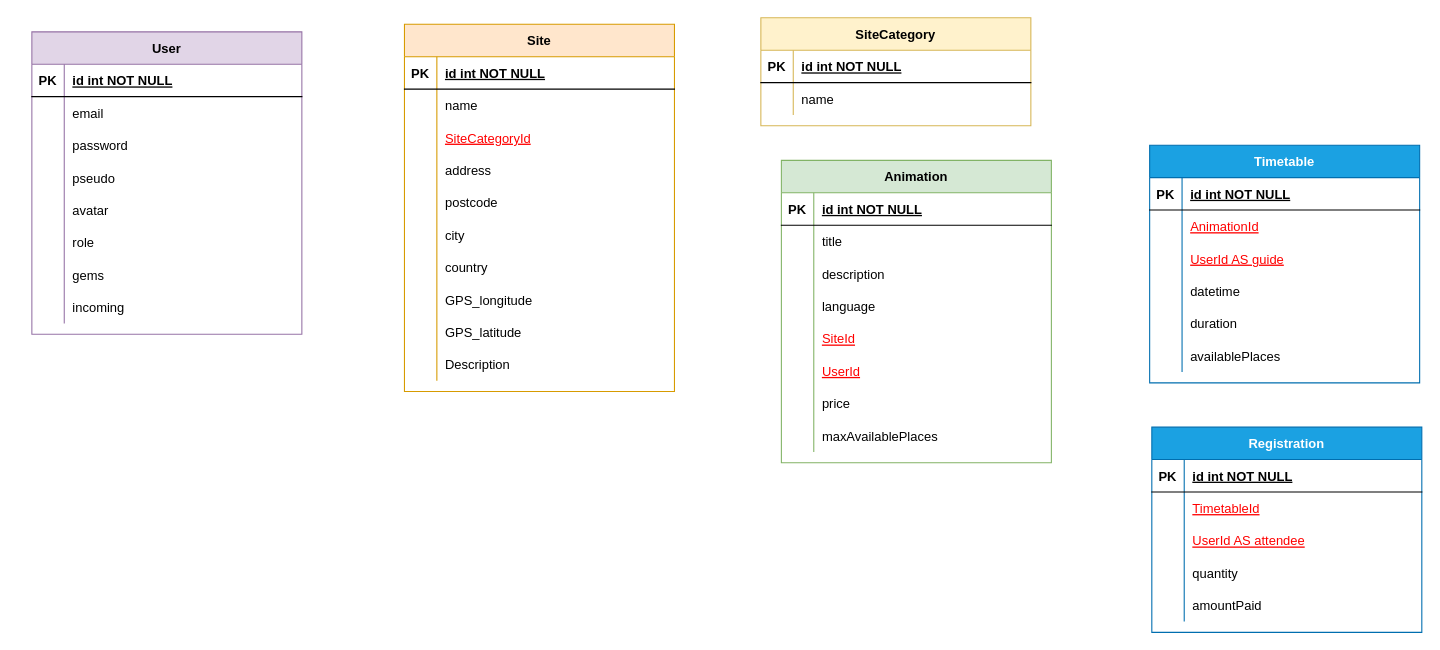
Before: ressources/Untitled Diagram.drawio in DuboisCecile/Checkpoint-4-front, a draw.io diagram. Source tidied: cells renumbered, new cells numbered last; positions are measured from the earlier drawing's top-left corner, leaving out a move shared by most shapes. Both pictures are drawn from the tidied source at 108%, with x=0, y=0 at pixel (31, 17).
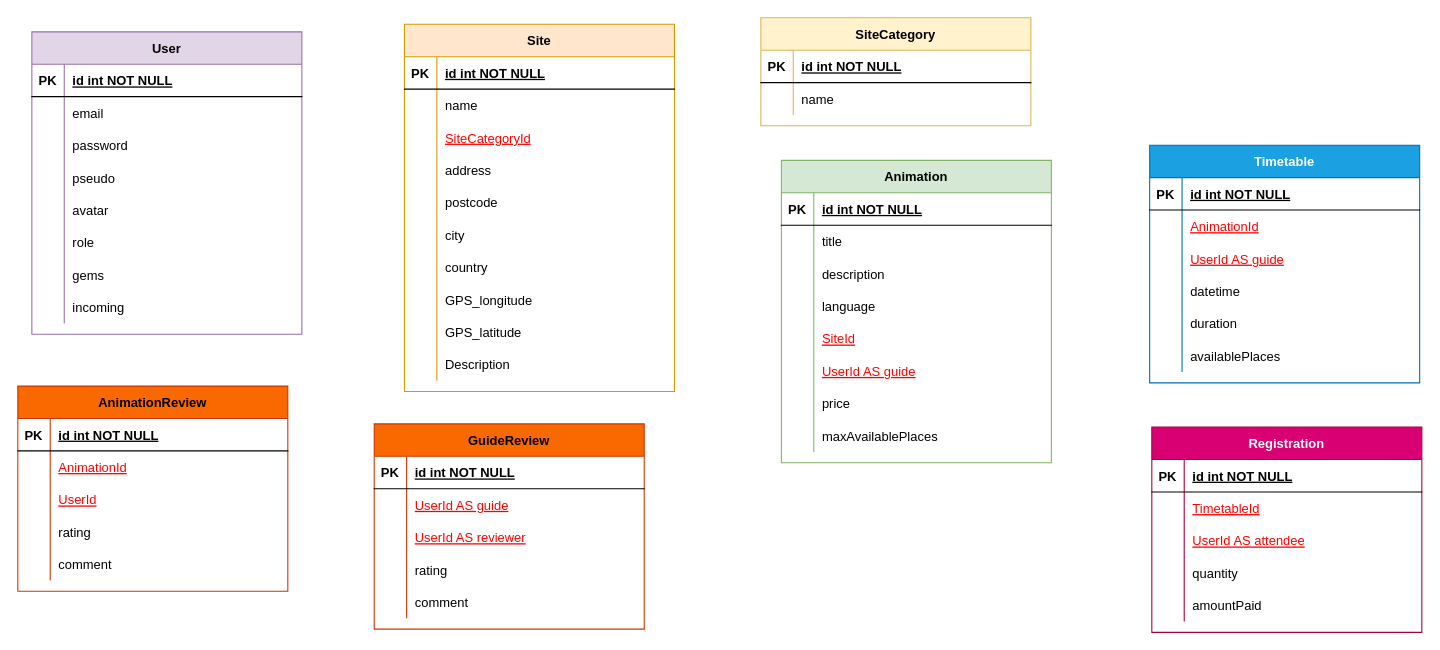
The same page after the edit.

Commit message:
Added reviews tables

Unchanged cells that the change refers to:
```xml
<mxCell id="81" style="shape=partialRectangle;fillColor=none;top=0;left=0;bottom=0;right=0;" parent="65" vertex="1">
  <mxGeometry y="180" width="250" height="30" as="geometry" />
</mxCell>
```

Diff of the diagram source:
```diff
@@
-    <mxCell id="83" value="UserId" style="shape=partialRectangle;fillColor=none;top=0;left=0;bottom=0;right=0;align=left;spacingLeft=6;overflow=hidden;fontStyle=4;fontColor=#FF0000;" parent="81" vertex="1">
+    <mxCell id="83" value="UserId AS guide" style="shape=partialRectangle;fillColor=none;top=0;left=0;bottom=0;right=0;align=left;spacingLeft=6;overflow=hidden;fontStyle=4;fontColor=#FF0000;" parent="81" vertex="1">
       <mxGeometry x="30" width="220" height="30" as="geometry" />
     </mxCell>
@@
-    <mxCell id="109" value="Registration" style="shape=table;startSize=30;childLayout=tableLayout;rowLines=0;fontStyle=1;align=center;fillColor=#1ba1e2;strokeColor=#006EAF;fontColor=#ffffff;" parent="1" vertex="1">
+    <mxCell id="109" value="Registration" style="shape=table;startSize=30;childLayout=tableLayout;rowLines=0;fontStyle=1;align=center;fillColor=#d80073;strokeColor=#A50040;fontColor=#ffffff;" parent="1" vertex="1">
       <mxGeometry x="1037" y="379" width="250" height="190" as="geometry" />
     </mxCell>
@@
+    <mxCell id="125" value="AnimationReview" style="shape=table;startSize=30;childLayout=tableLayout;rowLines=0;fontStyle=1;align=center;fillColor=#fa6800;strokeColor=#C73500;fontColor=#000000;" parent="1" vertex="1">
+      <mxGeometry x="-13" y="341" width="250" height="190" as="geometry" />
+    </mxCell>
+    <mxCell id="126" style="shape=partialRectangle;fillColor=none;top=0;left=0;right=0;bottom=1;" parent="125" vertex="1">
+      <mxGeometry y="30" width="250" height="30" as="geometry" />
+    </mxCell>
+    <mxCell id="127" value="PK" style="shape=partialRectangle;overflow=hidden;fillColor=none;top=0;left=0;bottom=0;right=0;fontStyle=1;" parent="126" vertex="1">
+      <mxGeometry width="30" height="30" as="geometry" />
+    </mxCell>
+    <mxCell id="128" value="id int NOT NULL " style="shape=partialRectangle;overflow=hidden;fillColor=none;top=0;left=0;bottom=0;right=0;align=left;spacingLeft=6;fontStyle=5;" parent="126" vertex="1">
+      <mxGeometry x="30" width="220" height="30" as="geometry" />
+    </mxCell>
+    <mxCell id="129" style="shape=partialRectangle;fillColor=none;top=0;left=0;bottom=0;right=0;" parent="125" vertex="1">
+      <mxGeometry y="60" width="250" height="30" as="geometry" />
+    </mxCell>
+    <mxCell id="130" style="shape=partialRectangle;fillColor=none;top=0;left=0;bottom=0;right=0;overflow=hidden;" parent="129" vertex="1">
+      <mxGeometry width="30" height="30" as="geometry" />
+    </mxCell>
+    <mxCell id="131" value="AnimationId" style="shape=partialRectangle;fillColor=none;top=0;left=0;bottom=0;right=0;align=left;spacingLeft=6;overflow=hidden;fontStyle=4;fontColor=#FF0000;" parent="129" vertex="1">
+      <mxGeometry x="30" width="220" height="30" as="geometry" />
+    </mxCell>
+    <mxCell id="132" style="shape=partialRectangle;fillColor=none;top=0;left=0;bottom=0;right=0;" parent="125" vertex="1">
+      <mxGeometry y="90" width="250" height="30" as="geometry" />
+    </mxCell>
+    <mxCell id="133" style="shape=partialRectangle;fillColor=none;top=0;left=0;bottom=0;right=0;overflow=hidden;" parent="132" vertex="1">
+      <mxGeometry width="30" height="30" as="geometry" />
+    </mxCell>
+    <mxCell id="134" value="UserId" style="shape=partialRectangle;fillColor=none;top=0;left=0;bottom=0;right=0;align=left;spacingLeft=6;overflow=hidden;fontStyle=4;fontColor=#FF0000;" parent="132" vertex="1">
+      <mxGeometry x="30" width="220" height="30" as="geometry" />
+    </mxCell>
+    <mxCell id="135" style="shape=partialRectangle;fillColor=none;top=0;left=0;bottom=0;right=0;" parent="125" vertex="1">
+      <mxGeometry y="120" width="250" height="30" as="geometry" />
+    </mxCell>
+    <mxCell id="136" style="shape=partialRectangle;fillColor=none;top=0;left=0;bottom=0;right=0;overflow=hidden;" parent="135" vertex="1">
+      <mxGeometry width="30" height="30" as="geometry" />
+    </mxCell>
+    <mxCell id="137" value="rating" style="shape=partialRectangle;fillColor=none;top=0;left=0;bottom=0;right=0;align=left;spacingLeft=6;overflow=hidden;" parent="135" vertex="1">
+      <mxGeometry x="30" width="220" height="30" as="geometry" />
+    </mxCell>
+    <mxCell id="138" style="shape=partialRectangle;fillColor=none;top=0;left=0;bottom=0;right=0;" parent="125" vertex="1">
+      <mxGeometry y="150" width="250" height="30" as="geometry" />
+    </mxCell>
+    <mxCell id="139" style="shape=partialRectangle;fillColor=none;top=0;left=0;bottom=0;right=0;overflow=hidden;" parent="138" vertex="1">
+      <mxGeometry width="30" height="30" as="geometry" />
+    </mxCell>
+    <mxCell id="140" value="comment" style="shape=partialRectangle;fillColor=none;top=0;left=0;bottom=0;right=0;align=left;spacingLeft=6;overflow=hidden;" parent="138" vertex="1">
+      <mxGeometry x="30" width="220" height="30" as="geometry" />
+    </mxCell>
+    <mxCell id="141" value="GuideReview" style="shape=table;startSize=30;childLayout=tableLayout;rowLines=0;fontStyle=1;align=center;fillColor=#fa6800;strokeColor=#C73500;fontColor=#000000;" parent="1" vertex="1">
+      <mxGeometry x="317" y="376" width="250" height="190" as="geometry" />
+    </mxCell>
+    <mxCell id="142" style="shape=partialRectangle;fillColor=none;top=0;left=0;right=0;bottom=1;" parent="141" vertex="1">
+      <mxGeometry y="30" width="250" height="30" as="geometry" />
+    </mxCell>
+    <mxCell id="143" value="PK" style="shape=partialRectangle;overflow=hidden;fillColor=none;top=0;left=0;bottom=0;right=0;fontStyle=1;" parent="142" vertex="1">
+      <mxGeometry width="30" height="30" as="geometry" />
+    </mxCell>
+    <mxCell id="144" value="id int NOT NULL " style="shape=partialRectangle;overflow=hidden;fillColor=none;top=0;left=0;bottom=0;right=0;align=left;spacingLeft=6;fontStyle=5;" parent="142" vertex="1">
+      <mxGeometry x="30" width="220" height="30" as="geometry" />
+    </mxCell>
+    <mxCell id="145" style="shape=partialRectangle;fillColor=none;top=0;left=0;bottom=0;right=0;" parent="141" vertex="1">
+      <mxGeometry y="60" width="250" height="30" as="geometry" />
+    </mxCell>
+    <mxCell id="146" style="shape=partialRectangle;fillColor=none;top=0;left=0;bottom=0;right=0;overflow=hidden;" parent="145" vertex="1">
+      <mxGeometry width="30" height="30" as="geometry" />
+    </mxCell>
+    <mxCell id="147" value="UserId AS guide" style="shape=partialRectangle;fillColor=none;top=0;left=0;bottom=0;right=0;align=left;spacingLeft=6;overflow=hidden;fontStyle=4;fontColor=#FF0000;" parent="145" vertex="1">
+      <mxGeometry x="30" width="220" height="30" as="geometry" />
+    </mxCell>
+    <mxCell id="148" style="shape=partialRectangle;fillColor=none;top=0;left=0;bottom=0;right=0;" parent="141" vertex="1">
+      <mxGeometry y="90" width="250" height="30" as="geometry" />
+    </mxCell>
+    <mxCell id="149" style="shape=partialRectangle;fillColor=none;top=0;left=0;bottom=0;right=0;overflow=hidden;" parent="148" vertex="1">
+      <mxGeometry width="30" height="30" as="geometry" />
+    </mxCell>
+    <mxCell id="150" value="UserId AS reviewer" style="shape=partialRectangle;fillColor=none;top=0;left=0;bottom=0;right=0;align=left;spacingLeft=6;overflow=hidden;fontStyle=4;fontColor=#FF0000;" parent="148" vertex="1">
+      <mxGeometry x="30" width="220" height="30" as="geometry" />
+    </mxCell>
+    <mxCell id="151" style="shape=partialRectangle;fillColor=none;top=0;left=0;bottom=0;right=0;" parent="141" vertex="1">
+      <mxGeometry y="120" width="250" height="30" as="geometry" />
+    </mxCell>
+    <mxCell id="152" style="shape=partialRectangle;fillColor=none;top=0;left=0;bottom=0;right=0;overflow=hidden;" parent="151" vertex="1">
+      <mxGeometry width="30" height="30" as="geometry" />
+    </mxCell>
+    <mxCell id="153" value="rating" style="shape=partialRectangle;fillColor=none;top=0;left=0;bottom=0;right=0;align=left;spacingLeft=6;overflow=hidden;" parent="151" vertex="1">
+      <mxGeometry x="30" width="220" height="30" as="geometry" />
+    </mxCell>
+    <mxCell id="154" style="shape=partialRectangle;fillColor=none;top=0;left=0;bottom=0;right=0;" parent="141" vertex="1">
+      <mxGeometry y="150" width="250" height="30" as="geometry" />
+    </mxCell>
+    <mxCell id="155" style="shape=partialRectangle;fillColor=none;top=0;left=0;bottom=0;right=0;overflow=hidden;" parent="154" vertex="1">
+      <mxGeometry width="30" height="30" as="geometry" />
+    </mxCell>
+    <mxCell id="156" value="comment" style="shape=partialRectangle;fillColor=none;top=0;left=0;bottom=0;right=0;align=left;spacingLeft=6;overflow=hidden;" parent="154" vertex="1">
+      <mxGeometry x="30" width="220" height="30" as="geometry" />
+    </mxCell>
```
